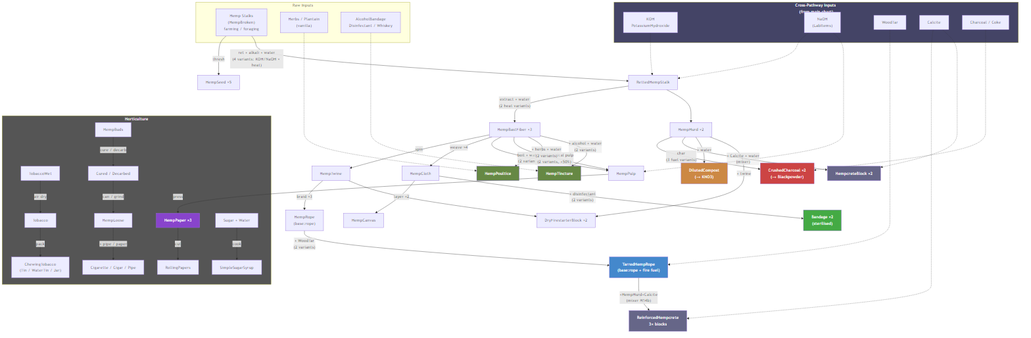
This is docs/images/botanical-pathways.png from phobos-dthorga/mod-pz-chemistry-pathways, a Mermaid export, as it was before one commit. Its source is kept beside it as docs/mermaid-src/botanical-pathways.mmd.
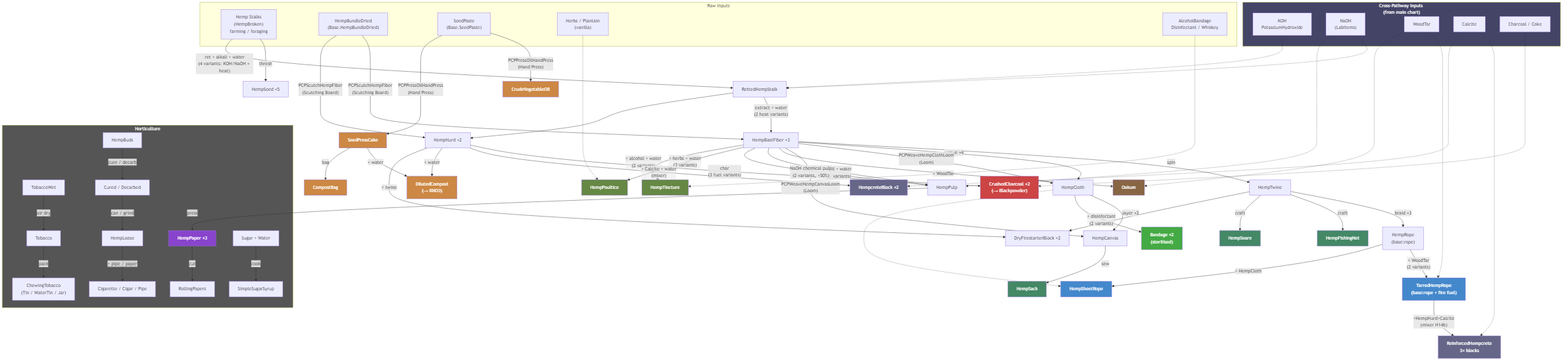
Later version of the same file.

Change to the diagram source:
```diff
@@ -1,6 +1,8 @@
 graph TB
     subgraph IN["Raw Inputs"]
         HEMP["Hemp Stalks<br/>(HempBroken)<br/>farming / foraging"]
+        HEMPDRIED["HempBundleDried<br/>(Base.HempBundleDried)"]
+        SEEDPASTE["SeedPaste<br/>(Base.SeedPaste)"]
         HERBS["Herbs / Plantain<br/>(vanilla)"]
         ALCOHOL["AlcoholBandage<br/>Disinfectant / Whiskey"]
     end
@@ -20,6 +22,12 @@
     RETTED -->|"extract + water<br/>(2 heat variants)"| BAST["HempBastFiber ×3"]
     RETTED --> HURD["HempHurd ×2"]
 
+    HEMPDRIED -->|"PCPScutchHempFiber<br/>(Scutching Board)"| BAST
+    HEMPDRIED -->|"PCPScutchHempFiber<br/>(Scutching Board)"| HURD
+
+    SEEDPASTE -->|"PCPPressOilHandPress<br/>(Hand Press)"| CRUDEOIL["CrudeVegetableOil"]
+    SEEDPASTE -->|"PCPPressOilHandPress<br/>(Hand Press)"| PRESSCAKE["SeedPressCake"]
+
     BAST -->|"spin"| TWINE["HempTwine"]
     TWINE -->|"braid ×3"| ROPE["HempRope<br/>(base:rope)"]
     ROPE -->|"+ WoodTar<br/>(2 variants)"| TARRED["TarredHempRope<br/>(base:rope + fire fuel)"]
@@ -28,8 +36,18 @@
     CALCITE -.-> REINFORCED
 
     BAST -->|"weave ×4"| CLOTH["HempCloth"]
-    CLOTH -->|"layer ×2"| CANVAS["HempCanvas"]
+    BAST -->|"PCPWeaveHempClothLoom<br/>(Loom)"| CLOTH
+    BAST -->|"PCPWeaveHempCanvasLoom<br/>(Loom)"| CANVAS["HempCanvas"]
+    CLOTH -->|"layer ×2"| CANVAS
     CLOTH -->|"+ disinfectant<br/>(2 variants)"| BANDAGE["Bandage ×2<br/>(sterilised)"]
+
+    TWINE -->|"craft"| FISHNET["HempFishingNet"]
+    TWINE -->|"craft"| SNARE["HempSnare"]
+    ROPE -->|"+ HempCloth"| SHEETROPE["HempSheetRope"]
+    CLOTH -.-> SHEETROPE
+    CANVAS -->|"sew"| SACK["HempSack"]
+    BAST -->|"+ WoodTar"| OAKUM["Oakum"]
+    WOODTAR -.-> OAKUM
 
     BAST -->|"boil + water<br/>(2 variants)"| PULP["HempPulp"]
     BAST -->|"NaOH chemical pulp<br/>(2 variants, +50%)"| PULP
@@ -48,6 +66,9 @@
     HURD -->|"+ water"| COMPOST["DilutedCompost<br/>(→ KNO3)"]
     HURD -->|"+ twine"| FIRE["DryFirestarterBlock ×2"]
     TWINE --> FIRE
+
+    PRESSCAKE -->|"+ water"| COMPOST
+    PRESSCAKE -->|"bag"| COMPOSTBAG["CompostBag"]
 
     subgraph HORT["Horticulture"]
         TOB_WET["TobaccoWet"] -->|"air dry"| TOB_DRY["Tobacco"]
@@ -69,4 +90,12 @@
     style TINCTURE fill:#684,color:#fff
     style XREF fill:#446,color:#fff
     style REINFORCED fill:#668,color:#fff
+    style FISHNET fill:#486,color:#fff
+    style SNARE fill:#486,color:#fff
+    style SHEETROPE fill:#48c,color:#fff
+    style SACK fill:#486,color:#fff
+    style OAKUM fill:#864,color:#fff
+    style CRUDEOIL fill:#c84,color:#fff
+    style PRESSCAKE fill:#c84,color:#fff
+    style COMPOSTBAG fill:#c84,color:#fff
     style HORT fill:#555,color:#fff
```
